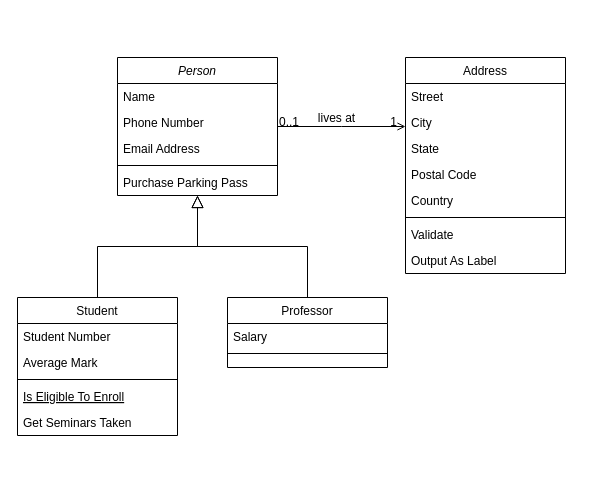
giovannagts/analize keeps this draw.io diagram as Diagrama sem nome.drawio. Above is the earlier version. Source tidied: cells renumbered, new cells numbered last; positions are measured from the earlier drawing's top-left corner, leaving out a move shared by most shapes. Both pictures are drawn from the tidied source at 100%, with x=0, y=0 at pixel (17, 57).
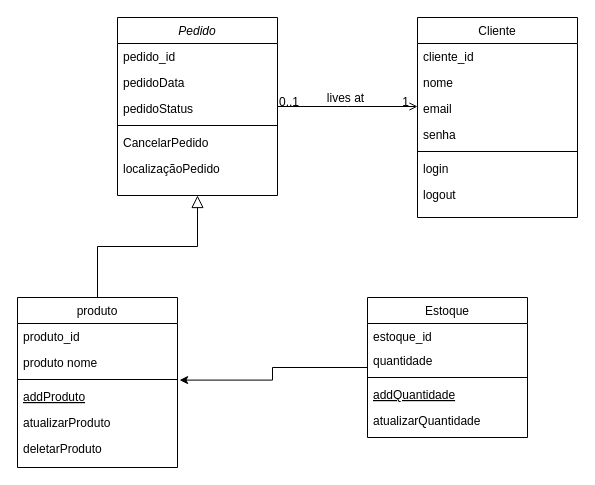
The same page after the edit.

The edit, as a diff of the source:
```diff
@@
-    <mxCell id="2" value="Person" style="swimlane;fontStyle=2;align=center;verticalAlign=top;horizontal=1;startSize=26;rounded=0;shadow=0;strokeWidth=1;" parent="1" vertex="1">
-      <mxGeometry x="100" width="160" height="138" as="geometry" />
+    <mxCell id="2" value="Pedido" style="swimlane;fontStyle=2;align=center;verticalAlign=top;horizontal=1;startSize=26;rounded=0;shadow=0;strokeWidth=1;" parent="1" vertex="1">
+      <mxGeometry x="100" y="-40" width="160" height="178" as="geometry" />
     </mxCell>
-    <mxCell id="3" value="Name" style="text;align=left;verticalAlign=top;spacingLeft=4;spacingRight=4;overflow=hidden;" parent="2" vertex="1">
+    <mxCell id="3" value="pedido_id" style="text;align=left;verticalAlign=top;spacingLeft=4;spacingRight=4;overflow=hidden;" parent="2" vertex="1">
       <mxGeometry y="26" width="160" height="26" as="geometry" />
     </mxCell>
-    <mxCell id="4" value="Phone Number" style="text;align=left;verticalAlign=top;spacingLeft=4;spacingRight=4;overflow=hidden;rounded=0;shadow=0;html=0;" parent="2" vertex="1">
+    <mxCell id="4" value="pedidoData" style="text;align=left;verticalAlign=top;spacingLeft=4;spacingRight=4;overflow=hidden;rounded=0;shadow=0;html=0;" parent="2" vertex="1">
       <mxGeometry y="52" width="160" height="26" as="geometry" />
     </mxCell>
-    <mxCell id="5" value="Email Address" style="text;align=left;verticalAlign=top;spacingLeft=4;spacingRight=4;overflow=hidden;rounded=0;shadow=0;html=0;" parent="2" vertex="1">
+    <mxCell id="5" value="pedidoStatus" style="text;align=left;verticalAlign=top;spacingLeft=4;spacingRight=4;overflow=hidden;rounded=0;shadow=0;html=0;" parent="2" vertex="1">
       <mxGeometry y="78" width="160" height="26" as="geometry" />
     </mxCell>
@@
-    <mxCell id="7" value="Purchase Parking Pass" style="text;align=left;verticalAlign=top;spacingLeft=4;spacingRight=4;overflow=hidden;" parent="2" vertex="1">
+    <mxCell id="7" value="CancelarPedido" style="text;align=left;verticalAlign=top;spacingLeft=4;spacingRight=4;overflow=hidden;" parent="2" vertex="1">
       <mxGeometry y="112" width="160" height="26" as="geometry" />
     </mxCell>
+    <mxCell id="32" value="localizaçãoPedido" style="text;align=left;verticalAlign=top;spacingLeft=4;spacingRight=4;overflow=hidden;" parent="2" vertex="1">
+      <mxGeometry y="138" width="160" height="26" as="geometry" />
+    </mxCell>
-    <mxCell id="8" value="Student" style="swimlane;fontStyle=0;align=center;verticalAlign=top;horizontal=1;startSize=26;rounded=0;shadow=0;strokeWidth=1;" parent="1" vertex="1">
-      <mxGeometry y="240" width="160" height="138" as="geometry" />
+    <mxCell id="8" value="produto" style="swimlane;fontStyle=0;align=center;verticalAlign=top;horizontal=1;startSize=26;rounded=0;shadow=0;strokeWidth=1;" parent="1" vertex="1">
+      <mxGeometry y="240" width="160" height="170" as="geometry" />
     </mxCell>
-    <mxCell id="9" value="Student Number" style="text;align=left;verticalAlign=top;spacingLeft=4;spacingRight=4;overflow=hidden;" parent="8" vertex="1">
+    <mxCell id="9" value="produto_id" style="text;align=left;verticalAlign=top;spacingLeft=4;spacingRight=4;overflow=hidden;" parent="8" vertex="1">
       <mxGeometry y="26" width="160" height="26" as="geometry" />
     </mxCell>
-    <mxCell id="10" value="Average Mark" style="text;align=left;verticalAlign=top;spacingLeft=4;spacingRight=4;overflow=hidden;points=[[0,0.5],[1,0.5]];portConstraint=eastwest;rounded=0;shadow=0;html=0;" parent="8" vertex="1">
+    <mxCell id="10" value="produto nome" style="text;align=left;verticalAlign=top;spacingLeft=4;spacingRight=4;overflow=hidden;points=[[0,0.5],[1,0.5]];portConstraint=eastwest;rounded=0;shadow=0;html=0;" parent="8" vertex="1">
       <mxGeometry y="52" width="160" height="26" as="geometry" />
     </mxCell>
@@
-    <mxCell id="12" value="Is Eligible To Enroll" style="text;align=left;verticalAlign=top;spacingLeft=4;spacingRight=4;overflow=hidden;fontStyle=4;" parent="8" vertex="1">
+    <mxCell id="12" value="addProduto" style="text;align=left;verticalAlign=top;spacingLeft=4;spacingRight=4;overflow=hidden;fontStyle=4;" parent="8" vertex="1">
       <mxGeometry y="86" width="160" height="26" as="geometry" />
     </mxCell>
-    <mxCell id="13" value="Get Seminars Taken" style="text;align=left;verticalAlign=top;spacingLeft=4;spacingRight=4;overflow=hidden;" parent="8" vertex="1">
+    <mxCell id="13" value="atualizarProduto" style="text;align=left;verticalAlign=top;spacingLeft=4;spacingRight=4;overflow=hidden;" parent="8" vertex="1">
       <mxGeometry y="112" width="160" height="26" as="geometry" />
     </mxCell>
@@
-    <mxCell id="15" value="Professor" style="swimlane;fontStyle=0;align=center;verticalAlign=top;horizontal=1;startSize=26;rounded=0;shadow=0;strokeWidth=1;" parent="1" vertex="1">
-      <mxGeometry x="210" y="240" width="160" height="70" as="geometry" />
-    </mxCell>
-    <mxCell id="16" value="Salary" style="text;align=left;verticalAlign=top;spacingLeft=4;spacingRight=4;overflow=hidden;" parent="15" vertex="1">
-      <mxGeometry y="26" width="160" height="26" as="geometry" />
-    </mxCell>
-    <mxCell id="17" style="line;html=1;strokeWidth=1;align=left;verticalAlign=middle;spacingTop=-1;spacingLeft=3;spacingRight=3;labelPosition=right;" parent="15" vertex="1">
-      <mxGeometry y="52" width="160" height="8" as="geometry" />
-    </mxCell>
-    <mxCell id="18" style="endArrow=block;endSize=10;endFill=0;shadow=0;strokeWidth=1;rounded=0;curved=0;edgeStyle=elbowEdgeStyle;elbow=vertical;" parent="1" edge="1" source="15" target="2">
-      <mxGeometry relative="1" as="geometry" />
-    </mxCell>
-    <mxCell id="19" value="Address" style="swimlane;fontStyle=0;align=center;verticalAlign=top;horizontal=1;startSize=26;rounded=0;shadow=0;strokeWidth=1;" parent="1" vertex="1">
-      <mxGeometry x="388" width="160" height="216" as="geometry" />
+    <mxCell id="19" value="Cliente" style="swimlane;fontStyle=0;align=center;verticalAlign=top;horizontal=1;startSize=26;rounded=0;shadow=0;strokeWidth=1;" parent="1" vertex="1">
+      <mxGeometry x="400" y="-40" width="160" height="200" as="geometry" />
     </mxCell>
-    <mxCell id="20" value="Street" style="text;align=left;verticalAlign=top;spacingLeft=4;spacingRight=4;overflow=hidden;" parent="19" vertex="1">
+    <mxCell id="20" value="cliente_id" style="text;align=left;verticalAlign=top;spacingLeft=4;spacingRight=4;overflow=hidden;" parent="19" vertex="1">
       <mxGeometry y="26" width="160" height="26" as="geometry" />
     </mxCell>
-    <mxCell id="21" value="City" style="text;align=left;verticalAlign=top;spacingLeft=4;spacingRight=4;overflow=hidden;rounded=0;shadow=0;html=0;" parent="19" vertex="1">
+    <mxCell id="21" value="nome" style="text;align=left;verticalAlign=top;spacingLeft=4;spacingRight=4;overflow=hidden;rounded=0;shadow=0;html=0;" parent="19" vertex="1">
       <mxGeometry y="52" width="160" height="26" as="geometry" />
     </mxCell>
-    <mxCell id="22" value="State" style="text;align=left;verticalAlign=top;spacingLeft=4;spacingRight=4;overflow=hidden;rounded=0;shadow=0;html=0;" parent="19" vertex="1">
+    <mxCell id="22" value="email" style="text;align=left;verticalAlign=top;spacingLeft=4;spacingRight=4;overflow=hidden;rounded=0;shadow=0;html=0;" parent="19" vertex="1">
       <mxGeometry y="78" width="160" height="26" as="geometry" />
     </mxCell>
-    <mxCell id="23" value="Postal Code" style="text;align=left;verticalAlign=top;spacingLeft=4;spacingRight=4;overflow=hidden;rounded=0;shadow=0;html=0;" parent="19" vertex="1">
+    <mxCell id="23" value="senha" style="text;align=left;verticalAlign=top;spacingLeft=4;spacingRight=4;overflow=hidden;rounded=0;shadow=0;html=0;" parent="19" vertex="1">
       <mxGeometry y="104" width="160" height="26" as="geometry" />
     </mxCell>
-    <mxCell id="24" value="Country" style="text;align=left;verticalAlign=top;spacingLeft=4;spacingRight=4;overflow=hidden;rounded=0;shadow=0;html=0;" parent="19" vertex="1">
-      <mxGeometry y="130" width="160" height="26" as="geometry" />
-    </mxCell>
     <mxCell id="25" style="line;html=1;strokeWidth=1;align=left;verticalAlign=middle;spacingTop=-1;spacingLeft=3;spacingRight=3;labelPosition=right;" parent="19" vertex="1">
-      <mxGeometry y="156" width="160" height="8" as="geometry" />
+      <mxGeometry y="130" width="160" height="8" as="geometry" />
     </mxCell>
-    <mxCell id="26" value="Validate" style="text;align=left;verticalAlign=top;spacingLeft=4;spacingRight=4;overflow=hidden;" parent="19" vertex="1">
-      <mxGeometry y="164" width="160" height="26" as="geometry" />
+    <mxCell id="26" value="login" style="text;align=left;verticalAlign=top;spacingLeft=4;spacingRight=4;overflow=hidden;" parent="19" vertex="1">
+      <mxGeometry y="138" width="160" height="26" as="geometry" />
     </mxCell>
-    <mxCell id="27" value="Output As Label" style="text;align=left;verticalAlign=top;spacingLeft=4;spacingRight=4;overflow=hidden;" parent="19" vertex="1">
-      <mxGeometry y="190" width="160" height="26" as="geometry" />
+    <mxCell id="27" value="logout" style="text;align=left;verticalAlign=top;spacingLeft=4;spacingRight=4;overflow=hidden;" parent="19" vertex="1">
+      <mxGeometry y="164" width="160" height="26" as="geometry" />
     </mxCell>
@@
+    <mxCell id="33" value="deletarProduto" style="text;align=left;verticalAlign=top;spacingLeft=4;spacingRight=4;overflow=hidden;" parent="1" vertex="1">
+      <mxGeometry y="378" width="160" height="26" as="geometry" />
+    </mxCell>
+    <mxCell id="34" value="Estoque" style="swimlane;fontStyle=0;align=center;verticalAlign=top;horizontal=1;startSize=26;rounded=0;shadow=0;strokeWidth=1;" parent="1" vertex="1">
+      <mxGeometry x="350" y="240" width="160" height="140" as="geometry" />
+    </mxCell>
+    <mxCell id="35" value="estoque_id" style="text;align=left;verticalAlign=top;spacingLeft=4;spacingRight=4;overflow=hidden;" parent="34" vertex="1">
+      <mxGeometry y="26" width="160" height="24" as="geometry" />
+    </mxCell>
+    <mxCell id="36" value="quantidade" style="text;align=left;verticalAlign=top;spacingLeft=4;spacingRight=4;overflow=hidden;" parent="34" vertex="1">
+      <mxGeometry y="50" width="160" height="26" as="geometry" />
+    </mxCell>
+    <mxCell id="37" style="line;html=1;strokeWidth=1;align=left;verticalAlign=middle;spacingTop=-1;spacingLeft=3;spacingRight=3;labelPosition=right;" parent="34" vertex="1">
+      <mxGeometry y="76" width="160" height="8" as="geometry" />
+    </mxCell>
+    <mxCell id="38" value="addQuantidade" style="text;align=left;verticalAlign=top;spacingLeft=4;spacingRight=4;overflow=hidden;fontStyle=4;" parent="34" vertex="1">
+      <mxGeometry y="84" width="160" height="26" as="geometry" />
+    </mxCell>
+    <mxCell id="39" value="atualizarQuantidade" style="text;align=left;verticalAlign=top;spacingLeft=4;spacingRight=4;overflow=hidden;" parent="34" vertex="1">
+      <mxGeometry y="110" width="160" height="26" as="geometry" />
+    </mxCell>
+    <mxCell id="40" style="edgeStyle=orthogonalEdgeStyle;rounded=0;jettySize=auto;html=1;entryX=1.013;entryY=1.177;entryDx=0;entryDy=0;entryPerimeter=0;" parent="1" edge="1" source="34" target="10">
+      <mxGeometry relative="1" as="geometry" />
+    </mxCell>
```
